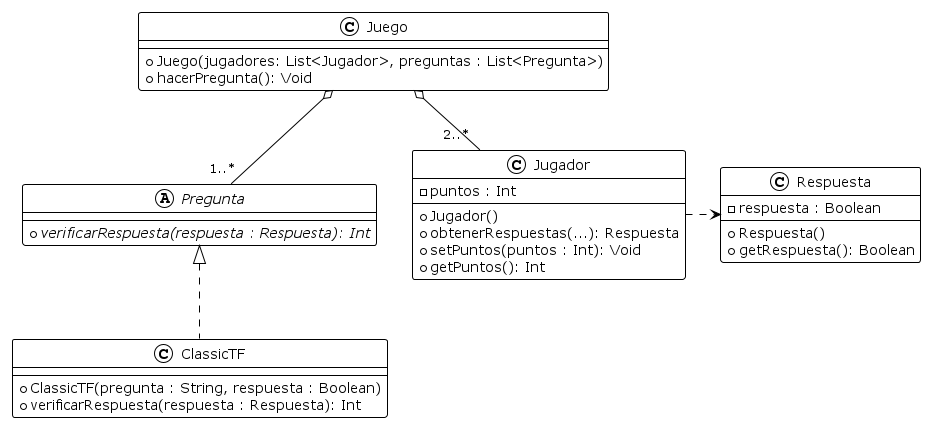
Above: diagrams/classes/clase_general.png in lautiland/TP2-ALGO3-ALGOHOOT (PlantUML), before the change. Source of this version:
```plantuml
@startuml

!theme plain

class Juego {
    + Juego(jugadores: List<Jugador>, preguntas : List<Pregunta>)
    + hacerPregunta(): Void
}

class Jugador {
    - puntos : Int
    + Jugador()
    + obtenerRespuestas(...): Respuesta
    + setPuntos(puntos : Int): Void
    + getPuntos(): Int
}

abstract Pregunta {
    + {abstract} verificarRespuesta(respuesta : Respuesta): Int
}

class Respuesta {
    - respuesta : Boolean
    + Respuesta()
    + getRespuesta(): Boolean
}

class ClassicTF {
    + ClassicTF(pregunta : String, respuesta : Boolean)
    + verificarRespuesta(respuesta : Respuesta): Int
}

Juego o-down- "1..*" Pregunta
Jugador .right.> Respuesta
ClassicTF .up.|> Pregunta
Juego o-down- "2..*" Jugador

@enduml
```
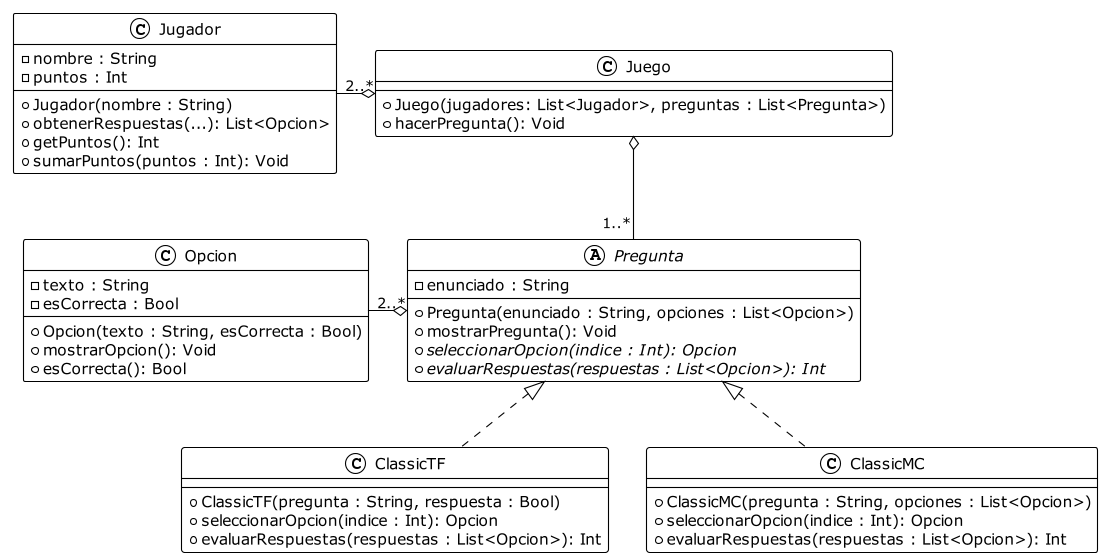
After the change.

Commit message:
actualizo diagramas

Change to the diagram source:
```diff
@@ -8,31 +8,46 @@
 }
 
 class Jugador {
+    - nombre : String
     - puntos : Int
-    + Jugador()
-    + obtenerRespuestas(...): Respuesta
-    + setPuntos(puntos : Int): Void
+    + Jugador(nombre : String)
+    + obtenerRespuestas(...): List<Opcion>
     + getPuntos(): Int
+    + sumarPuntos(puntos : Int): Void
 }
 
 abstract Pregunta {
-    + {abstract} verificarRespuesta(respuesta : Respuesta): Int
+    - enunciado : String
+    + Pregunta(enunciado : String, opciones : List<Opcion>)
+    + mostrarPregunta(): Void
+    + {abstract} seleccionarOpcion(indice : Int): Opcion
+    + {abstract} evaluarRespuestas(respuestas : List<Opcion>): Int
 }
 
-class Respuesta {
-    - respuesta : Boolean
-    + Respuesta()
-    + getRespuesta(): Boolean
+Class Opcion {
+    - texto : String
+    - esCorrecta : Bool
+    + Opcion(texto : String, esCorrecta : Bool)
+    + mostrarOpcion(): Void
+    + esCorrecta(): Bool
 }
 
 class ClassicTF {
-    + ClassicTF(pregunta : String, respuesta : Boolean)
-    + verificarRespuesta(respuesta : Respuesta): Int
+    + ClassicTF(pregunta : String, respuesta : Bool)
+    + seleccionarOpcion(indice : Int): Opcion
+    + evaluarRespuestas(respuestas : List<Opcion>): Int
+}
+
+class ClassicMC {
+    + ClassicMC(pregunta : String, opciones : List<Opcion>)
+    + seleccionarOpcion(indice : Int): Opcion
+    + evaluarRespuestas(respuestas : List<Opcion>): Int
 }
 
 Juego o-down- "1..*" Pregunta
-Jugador .right.> Respuesta
+Juego o-left- "2..*" Jugador
+Pregunta o-left- "2..*" Opcion
 ClassicTF .up.|> Pregunta
-Juego o-down- "2..*" Jugador
+ClassicMC .up.|> Pregunta
 
 @enduml
```
